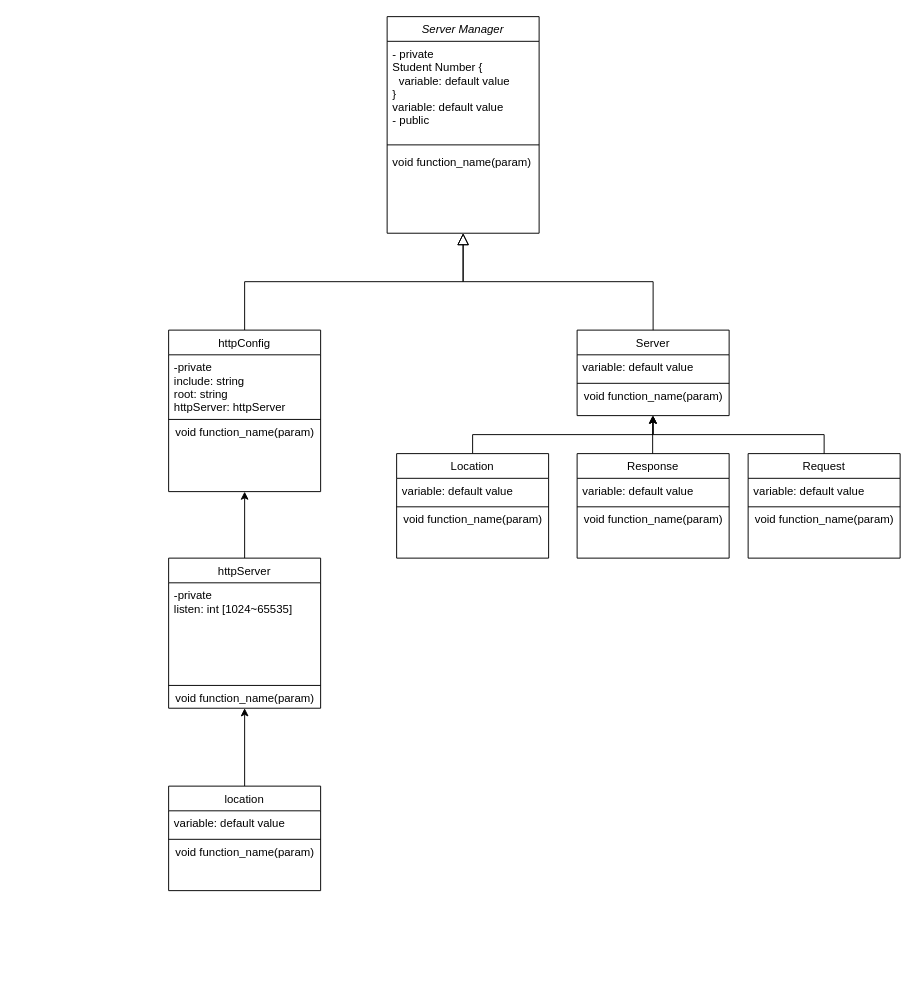
Earlier version of the draw.io diagram webserv_class_diagram.drawio (ftinx/webserv). Source tidied: cells renumbered, new cells numbered last; positions are measured from the earlier drawing's top-left corner, leaving out a move shared by most shapes. Both pictures are drawn from the tidied source at 95%, with x=0, y=0 at pixel (168, 16).
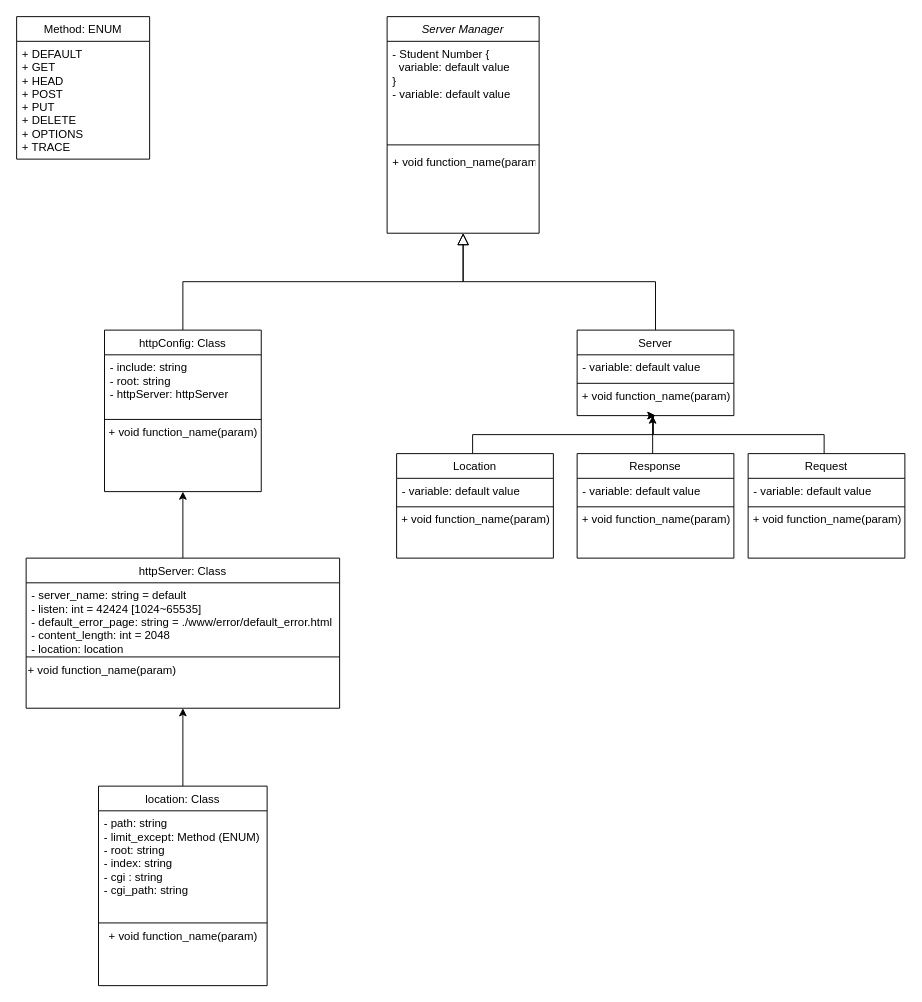
The same page after the edit.

Unchanged cells that the change refers to:
```xml
<mxCell id="2" value="Server Manager" style="swimlane;fontStyle=2;align=center;verticalAlign=top;horizontal=1;startSize=26;rounded=0;shadow=0;strokeWidth=1;" parent="1" vertex="1">
  <mxGeometry x="230" width="160" height="228" as="geometry" />
</mxCell>
```

What changed in the source:
```diff
@@
-    <mxCell id="3" value="- private&#10;Student Number {&#10;  variable: default value&#10;}&#10;variable: default value&#10;- public" style="text;align=left;verticalAlign=top;spacingLeft=4;spacingRight=4;overflow=hidden;" parent="2" vertex="1">
+    <mxCell id="3" value="- Student Number {&#10;  variable: default value&#10;}&#10;- variable: default value" style="text;align=left;verticalAlign=top;spacingLeft=4;spacingRight=4;overflow=hidden;" parent="2" vertex="1">
       <mxGeometry y="26" width="160" height="104" as="geometry" />
     </mxCell>
@@
-    <mxCell id="5" value="void function_name(param)" style="text;align=left;verticalAlign=top;spacingLeft=4;spacingRight=4;overflow=hidden;" parent="2" vertex="1">
+    <mxCell id="5" value="+ void function_name(param)" style="text;align=left;verticalAlign=top;spacingLeft=4;spacingRight=4;overflow=hidden;" parent="2" vertex="1">
       <mxGeometry y="140" width="160" height="16" as="geometry" />
     </mxCell>
-    <mxCell id="6" style="endArrow=block;endSize=10;endFill=0;shadow=0;strokeWidth=1;rounded=0;edgeStyle=elbowEdgeStyle;elbow=vertical;" parent="1" edge="1" target="2">
-      <mxGeometry relative="1" as="geometry">
-        <mxPoint x="80" y="330" as="sourcePoint" />
-      </mxGeometry>
+    <mxCell id="6" style="endArrow=block;endSize=10;endFill=0;shadow=0;strokeWidth=1;rounded=0;edgeStyle=elbowEdgeStyle;elbow=vertical;exitX=0.5;exitY=0;exitDx=0;exitDy=0;" parent="1" edge="1" source="37" target="2">
+      <mxGeometry relative="1" as="geometry" />
     </mxCell>
     <mxCell id="7" value="Server" style="swimlane;fontStyle=0;align=center;verticalAlign=top;horizontal=1;startSize=26;rounded=0;shadow=0;strokeWidth=1;" parent="1" vertex="1">
-      <mxGeometry x="430" y="330" width="160" height="90" as="geometry" />
+      <mxGeometry x="430" y="330" width="165" height="90" as="geometry" />
     </mxCell>
-    <mxCell id="8" value="variable: default value" style="text;align=left;verticalAlign=top;spacingLeft=4;spacingRight=4;overflow=hidden;" parent="7" vertex="1">
-      <mxGeometry y="26" width="160" height="26" as="geometry" />
+    <mxCell id="8" value="- variable: default value" style="text;align=left;verticalAlign=top;spacingLeft=4;spacingRight=4;overflow=hidden;" parent="7" vertex="1">
+      <mxGeometry y="26" width="165" height="26" as="geometry" />
     </mxCell>
     <mxCell id="9" style="line;html=1;strokeWidth=1;align=left;verticalAlign=middle;spacingTop=-1;spacingLeft=3;spacingRight=3;labelPosition=right;" parent="7" vertex="1">
-      <mxGeometry y="52" width="160" height="8" as="geometry" />
+      <mxGeometry y="52" width="165" height="8" as="geometry" />
     </mxCell>
-    <mxCell id="10" value="&lt;span style=&quot;text-align: left&quot;&gt;void function_name(param)&lt;/span&gt;" style="text;html=1;align=center;verticalAlign=middle;" parent="7" vertex="1">
-      <mxGeometry y="60" width="160" height="20" as="geometry" />
+    <mxCell id="10" value="&lt;span style=&quot;text-align: left&quot;&gt;+ void function_name(param)&lt;/span&gt;" style="text;html=1;align=center;verticalAlign=middle;" parent="7" vertex="1">
+      <mxGeometry y="60" width="165" height="20" as="geometry" />
     </mxCell>
@@
     <mxCell id="12" value="Response" style="swimlane;fontStyle=0;align=center;verticalAlign=top;horizontal=1;startSize=26;rounded=0;shadow=0;strokeWidth=1;" parent="1" vertex="1">
-      <mxGeometry x="430" y="460" width="160" height="110" as="geometry" />
+      <mxGeometry x="430" y="460" width="165" height="110" as="geometry" />
     </mxCell>
-    <mxCell id="13" value="variable: default value" style="text;align=left;verticalAlign=top;spacingLeft=4;spacingRight=4;overflow=hidden;" parent="12" vertex="1">
-      <mxGeometry y="26" width="160" height="26" as="geometry" />
+    <mxCell id="13" value="- variable: default value" style="text;align=left;verticalAlign=top;spacingLeft=4;spacingRight=4;overflow=hidden;" parent="12" vertex="1">
+      <mxGeometry y="26" width="165" height="26" as="geometry" />
     </mxCell>
     <mxCell id="14" style="line;html=1;strokeWidth=1;align=left;verticalAlign=middle;spacingTop=-1;spacingLeft=3;spacingRight=3;labelPosition=right;" parent="12" vertex="1">
-      <mxGeometry y="52" width="160" height="8" as="geometry" />
+      <mxGeometry y="52" width="165" height="8" as="geometry" />
     </mxCell>
-    <mxCell id="15" value="&lt;span style=&quot;text-align: left&quot;&gt;void function_name(param)&lt;/span&gt;" style="text;html=1;align=center;verticalAlign=middle;" parent="12" vertex="1">
-      <mxGeometry y="60" width="160" height="20" as="geometry" />
+    <mxCell id="15" value="&lt;span style=&quot;text-align: left&quot;&gt;+ void function_name(param)&lt;/span&gt;" style="text;html=1;align=center;verticalAlign=middle;" parent="12" vertex="1">
+      <mxGeometry y="60" width="165" height="20" as="geometry" />
     </mxCell>
     <mxCell id="16" value="Request" style="swimlane;fontStyle=0;align=center;verticalAlign=top;horizontal=1;startSize=26;rounded=0;shadow=0;strokeWidth=1;" parent="1" vertex="1">
-      <mxGeometry x="610" y="460" width="160" height="110" as="geometry" />
+      <mxGeometry x="610" y="460" width="165" height="110" as="geometry" />
     </mxCell>
-    <mxCell id="17" value="variable: default value" style="text;align=left;verticalAlign=top;spacingLeft=4;spacingRight=4;overflow=hidden;" parent="16" vertex="1">
-      <mxGeometry y="26" width="160" height="26" as="geometry" />
+    <mxCell id="17" value="- variable: default value" style="text;align=left;verticalAlign=top;spacingLeft=4;spacingRight=4;overflow=hidden;" parent="16" vertex="1">
+      <mxGeometry y="26" width="165" height="26" as="geometry" />
     </mxCell>
     <mxCell id="18" style="line;html=1;strokeWidth=1;align=left;verticalAlign=middle;spacingTop=-1;spacingLeft=3;spacingRight=3;labelPosition=right;" parent="16" vertex="1">
-      <mxGeometry y="52" width="160" height="8" as="geometry" />
+      <mxGeometry y="52" width="165" height="8" as="geometry" />
     </mxCell>
-    <mxCell id="19" value="&lt;span style=&quot;text-align: left&quot;&gt;void function_name(param)&lt;/span&gt;" style="text;html=1;align=center;verticalAlign=middle;" parent="16" vertex="1">
-      <mxGeometry y="60" width="160" height="20" as="geometry" />
+    <mxCell id="19" value="&lt;span style=&quot;text-align: left&quot;&gt;+ void function_name(param)&lt;/span&gt;" style="text;html=1;align=center;verticalAlign=middle;" parent="16" vertex="1">
+      <mxGeometry y="60" width="165" height="20" as="geometry" />
     </mxCell>
@@
     <mxCell id="21" value="Location" style="swimlane;fontStyle=0;align=center;verticalAlign=top;horizontal=1;startSize=26;rounded=0;shadow=0;strokeWidth=1;" parent="1" vertex="1">
-      <mxGeometry x="240" y="460" width="160" height="110" as="geometry" />
+      <mxGeometry x="240" y="460" width="165" height="110" as="geometry" />
     </mxCell>
-    <mxCell id="22" value="variable: default value" style="text;align=left;verticalAlign=top;spacingLeft=4;spacingRight=4;overflow=hidden;" parent="21" vertex="1">
-      <mxGeometry y="26" width="160" height="26" as="geometry" />
+    <mxCell id="22" value="- variable: default value" style="text;align=left;verticalAlign=top;spacingLeft=4;spacingRight=4;overflow=hidden;" parent="21" vertex="1">
+      <mxGeometry y="26" width="165" height="26" as="geometry" />
     </mxCell>
     <mxCell id="23" style="line;html=1;strokeWidth=1;align=left;verticalAlign=middle;spacingTop=-1;spacingLeft=3;spacingRight=3;labelPosition=right;" parent="21" vertex="1">
-      <mxGeometry y="52" width="160" height="8" as="geometry" />
+      <mxGeometry y="52" width="165" height="8" as="geometry" />
     </mxCell>
-    <mxCell id="24" value="&lt;span style=&quot;text-align: left&quot;&gt;void function_name(param)&lt;/span&gt;" style="text;html=1;align=center;verticalAlign=middle;" parent="21" vertex="1">
-      <mxGeometry y="60" width="160" height="20" as="geometry" />
+    <mxCell id="24" value="&lt;span style=&quot;text-align: left&quot;&gt;+ void function_name(param)&lt;/span&gt;" style="text;html=1;align=center;verticalAlign=middle;" parent="21" vertex="1">
+      <mxGeometry y="60" width="165" height="20" as="geometry" />
     </mxCell>
@@
-    <mxCell id="28" value="location" style="swimlane;fontStyle=0;align=center;verticalAlign=top;horizontal=1;startSize=26;rounded=0;shadow=0;strokeWidth=1;" parent="1" vertex="1">
-      <mxGeometry y="810" width="160" height="110" as="geometry" />
+    <mxCell id="28" value="location: Class" style="swimlane;fontStyle=0;align=center;verticalAlign=top;horizontal=1;startSize=26;rounded=0;shadow=0;strokeWidth=1;" parent="1" vertex="1">
+      <mxGeometry x="-73.8" y="810" width="177.5" height="210" as="geometry" />
     </mxCell>
-    <mxCell id="29" value="variable: default value" style="text;align=left;verticalAlign=top;spacingLeft=4;spacingRight=4;overflow=hidden;" parent="28" vertex="1">
-      <mxGeometry y="26" width="160" height="26" as="geometry" />
+    <mxCell id="29" value="- path: string&#10;- limit_except: Method (ENUM)&#10;- root: string&#10;- index: string&#10;- cgi : string&#10;- cgi_path: string" style="text;align=left;verticalAlign=top;spacingLeft=4;spacingRight=4;overflow=hidden;" parent="28" vertex="1">
+      <mxGeometry y="26" width="177.5" height="114" as="geometry" />
     </mxCell>
     <mxCell id="30" style="line;html=1;strokeWidth=1;align=left;verticalAlign=middle;spacingTop=-1;spacingLeft=3;spacingRight=3;labelPosition=right;" parent="28" vertex="1">
-      <mxGeometry y="52" width="160" height="8" as="geometry" />
+      <mxGeometry y="140" width="177.5" height="8" as="geometry" />
     </mxCell>
-    <mxCell id="31" value="&lt;span style=&quot;text-align: left&quot;&gt;void function_name(param)&lt;/span&gt;" style="text;html=1;align=center;verticalAlign=middle;" parent="28" vertex="1">
-      <mxGeometry y="60" width="160" height="20" as="geometry" />
+    <mxCell id="31" value="&lt;span style=&quot;text-align: left&quot;&gt;+ void function_name(param)&lt;/span&gt;" style="text;html=1;align=center;verticalAlign=middle;" parent="28" vertex="1">
+      <mxGeometry y="148" width="177.5" height="20" as="geometry" />
     </mxCell>
@@
-    <mxCell id="33" value="httpServer" style="swimlane;fontStyle=0;align=center;verticalAlign=top;horizontal=1;startSize=26;rounded=0;shadow=0;strokeWidth=1;" parent="1" vertex="1">
-      <mxGeometry y="570" width="160" height="158" as="geometry" />
+    <mxCell id="33" value="httpServer: Class" style="swimlane;fontStyle=0;align=center;verticalAlign=top;horizontal=1;startSize=26;rounded=0;shadow=0;strokeWidth=1;" parent="1" vertex="1">
+      <mxGeometry x="-150" y="570" width="330" height="158" as="geometry" />
     </mxCell>
-    <mxCell id="34" value="-private&#10;listen: int [1024~65535]" style="text;align=left;verticalAlign=top;spacingLeft=4;spacingRight=4;overflow=hidden;" parent="33" vertex="1">
-      <mxGeometry y="26" width="160" height="104" as="geometry" />
+    <mxCell id="34" value="- server_name: string = default&#10;- listen: int = 42424 [1024~65535]&#10;- default_error_page: string = ./www/error/default_error.html&#10;- content_length: int = 2048&#10;- location: location" style="text;align=left;verticalAlign=top;spacingLeft=4;spacingRight=4;overflow=hidden;" parent="33" vertex="1">
+      <mxGeometry y="26" width="330" height="74" as="geometry" />
     </mxCell>
     <mxCell id="35" style="line;html=1;strokeWidth=1;align=left;verticalAlign=middle;spacingTop=-1;spacingLeft=3;spacingRight=3;labelPosition=right;" parent="33" vertex="1">
-      <mxGeometry y="130" width="160" height="8" as="geometry" />
+      <mxGeometry y="100" width="330" height="8" as="geometry" />
     </mxCell>
-    <mxCell id="36" value="&lt;span style=&quot;text-align: left&quot;&gt;void function_name(param)&lt;/span&gt;" style="text;html=1;align=center;verticalAlign=middle;" parent="33" vertex="1">
-      <mxGeometry y="138" width="160" height="20" as="geometry" />
+    <mxCell id="36" value="&lt;span&gt;+ void function_name(param)&lt;/span&gt;" style="text;html=1;align=left;verticalAlign=middle;" parent="33" vertex="1">
+      <mxGeometry y="108" width="330" height="20" as="geometry" />
     </mxCell>
-    <mxCell id="37" value="httpConfig" style="swimlane;fontStyle=0;align=center;verticalAlign=top;horizontal=1;startSize=26;rounded=0;shadow=0;strokeWidth=1;" parent="1" vertex="1">
-      <mxGeometry y="330" width="160" height="170" as="geometry" />
+    <mxCell id="37" value="httpConfig: Class" style="swimlane;fontStyle=0;align=center;verticalAlign=top;horizontal=1;startSize=26;rounded=0;shadow=0;strokeWidth=1;" parent="1" vertex="1">
+      <mxGeometry x="-67.5" y="330" width="165" height="170" as="geometry" />
     </mxCell>
-    <mxCell id="38" value="-private&#10;include: string&#10;root: string&#10;httpServer: httpServer" style="text;align=left;verticalAlign=top;spacingLeft=4;spacingRight=4;overflow=hidden;" parent="37" vertex="1">
-      <mxGeometry y="26" width="160" height="64" as="geometry" />
+    <mxCell id="38" value="- include: string&#10;- root: string&#10;- httpServer: httpServer" style="text;align=left;verticalAlign=top;spacingLeft=4;spacingRight=4;overflow=hidden;" parent="37" vertex="1">
+      <mxGeometry y="26" width="165" height="64" as="geometry" />
     </mxCell>
     <mxCell id="39" style="line;html=1;strokeWidth=1;align=left;verticalAlign=middle;spacingTop=-1;spacingLeft=3;spacingRight=3;labelPosition=right;" parent="37" vertex="1">
-      <mxGeometry y="90" width="160" height="8" as="geometry" />
+      <mxGeometry y="90" width="165" height="8" as="geometry" />
     </mxCell>
-    <mxCell id="40" value="&lt;span style=&quot;text-align: left&quot;&gt;void function_name(param)&lt;/span&gt;" style="text;html=1;align=center;verticalAlign=middle;" parent="37" vertex="1">
-      <mxGeometry y="98" width="160" height="20" as="geometry" />
+    <mxCell id="40" value="&lt;span style=&quot;text-align: left&quot;&gt;+ void function_name(param)&lt;/span&gt;" style="text;html=1;align=center;verticalAlign=middle;" parent="37" vertex="1">
+      <mxGeometry y="98" width="165" height="20" as="geometry" />
     </mxCell>
+    <mxCell id="41" value="Method: ENUM" style="swimlane;fontStyle=0;horizontal=1;startSize=26;fillColor=none;" parent="1" vertex="1">
+      <mxGeometry x="-160" width="140" height="150" as="geometry" />
+    </mxCell>
+    <mxCell id="42" value="+ DEFAULT&#10;+ GET&#10;+ HEAD&#10;+ POST&#10;+ PUT&#10;+ DELETE&#10;+ OPTIONS&#10;+ TRACE" style="text;strokeColor=none;fillColor=none;align=left;verticalAlign=top;spacingLeft=4;spacingRight=4;overflow=hidden;" parent="41" vertex="1">
+      <mxGeometry y="26" width="140" height="124" as="geometry" />
+    </mxCell>
```
